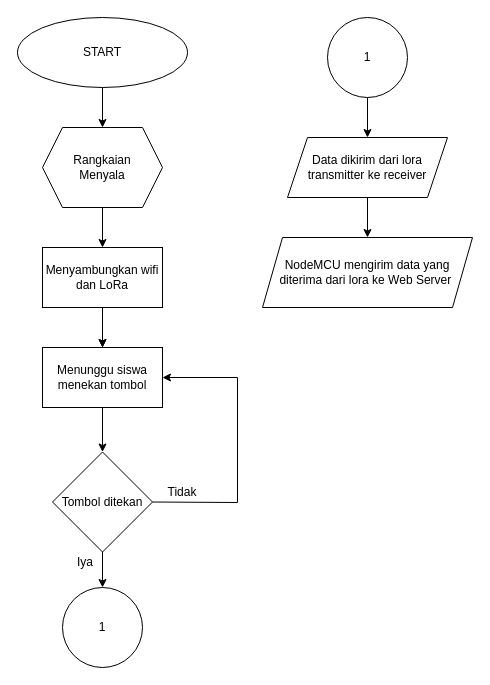
Earlier version of the draw.io diagram flowchart gusdin.drawio (gusdin25/flowchart). Source tidied: cells renumbered, new cells numbered last; positions are measured from the earlier drawing's top-left corner, leaving out a move shared by most shapes. Both pictures are drawn from the tidied source at 100%, with x=0, y=0 at pixel (17, 17).
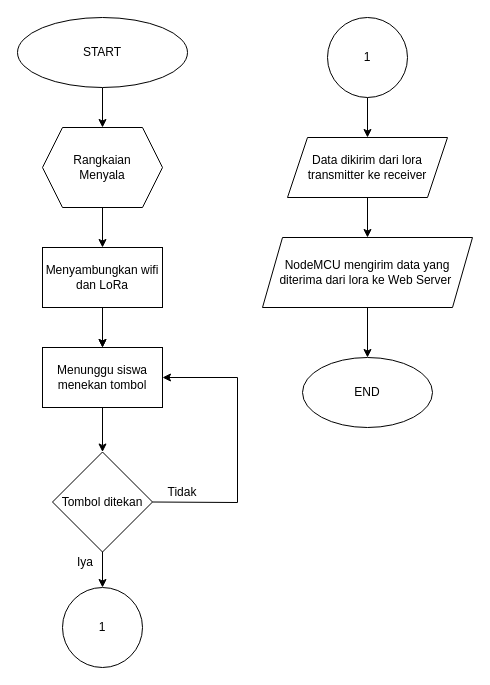
After the change.

Unchanged cells that the change refers to:
```xml
<mxCell id="21" value="NodeMCU mengirim data yang diterima dari lora ke Web Server&amp;nbsp;" style="shape=parallelogram;perimeter=parallelogramPerimeter;whiteSpace=wrap;html=1;fixedSize=1;" parent="1" vertex="1">
  <mxGeometry x="245" y="220" width="210" height="70" as="geometry" />
</mxCell>
```

Diff of the diagram source:
```diff
@@
+    <mxCell id="22" style="edgeStyle=orthogonalEdgeStyle;rounded=0;jettySize=auto;html=1;" parent="1" edge="1" source="21" target="23">
+      <mxGeometry relative="1" as="geometry" />
+    </mxCell>
@@
+    <mxCell id="23" value="END" style="ellipse;whiteSpace=wrap;html=1;" parent="1" vertex="1">
+      <mxGeometry x="285" y="340" width="130" height="70" as="geometry" />
+    </mxCell>
```
